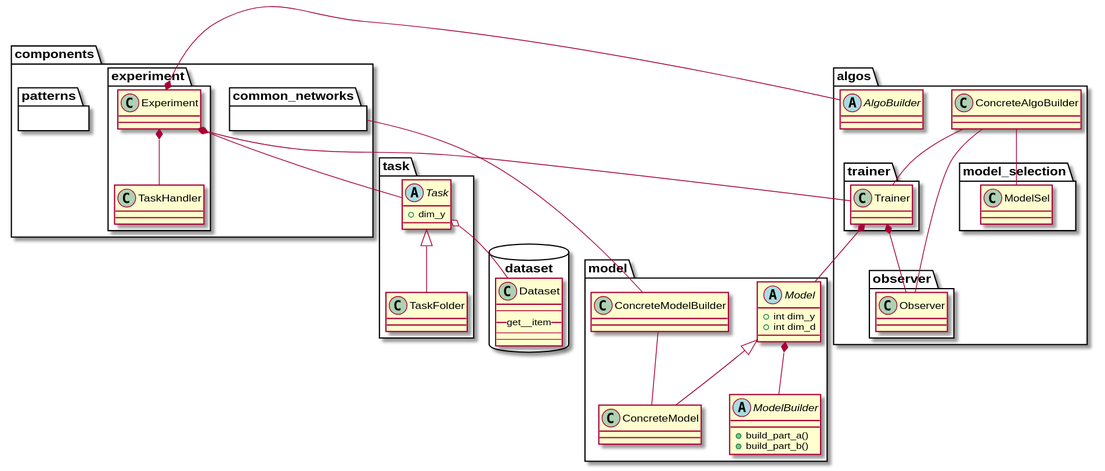
Before: docs/libDG.svg, a diagram exported from PlantUML (marrlab/DomainLab).
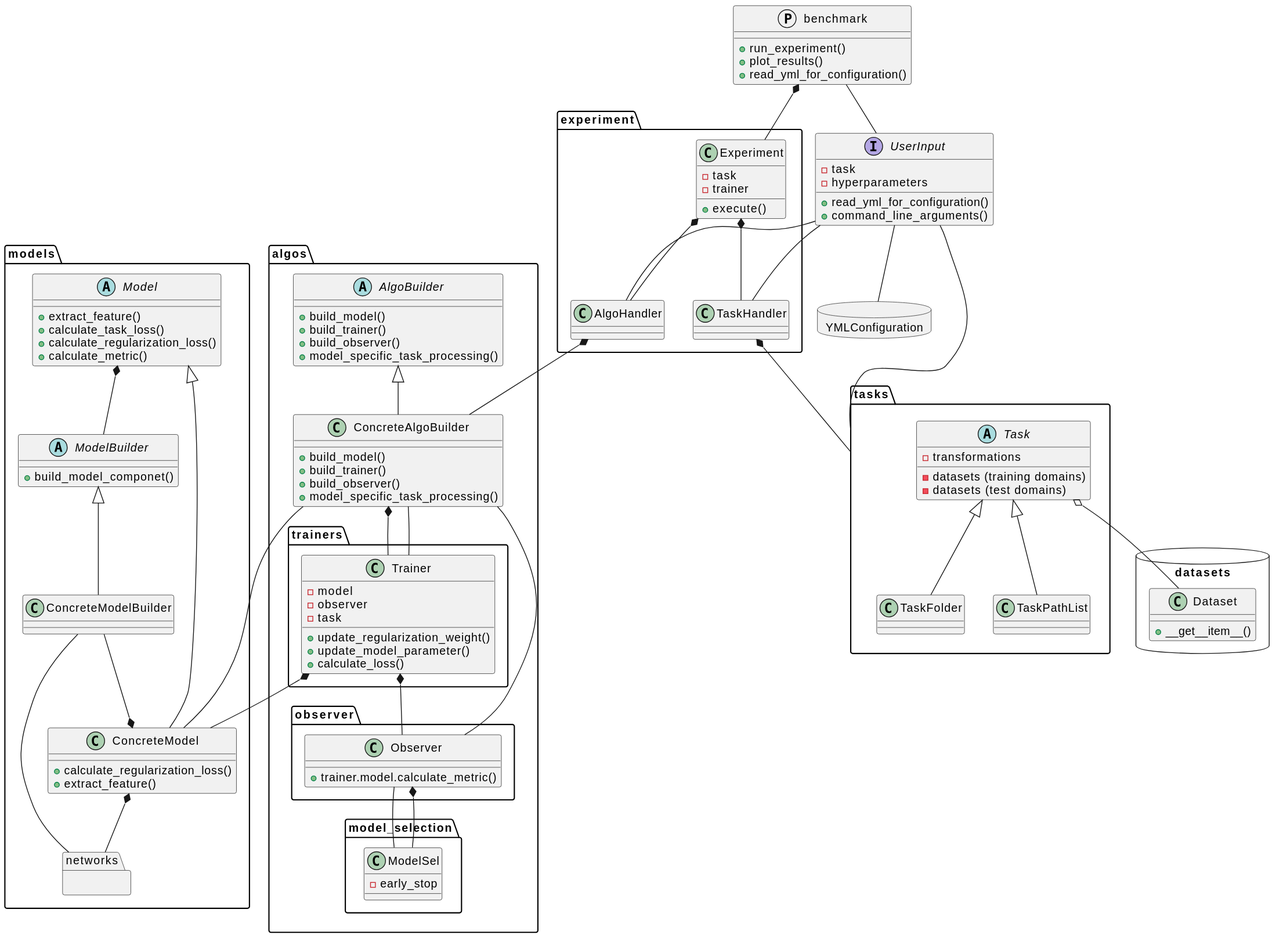
The same diagram one commit later.

Change to the diagram source:
```diff
@@ -1,71 +1,130 @@
 @startuml
-package task {
+package tasks {
   abstract class Task {
-    + dim_y
+    - transformations
+    - datasets (training domains)
+    - datasets (test domains)
   }
   Task <|-- TaskFolder
+  Task <|-- TaskPathList
 }
 
 package algos {
-  abstract class AlgoBuilder {}
-  class ConcreteAlgoBuilder {}
-  package trainer {
-    class Trainer {}
+  abstract class AlgoBuilder {
+  + build_model()
+  + build_trainer()
+  + build_observer()
+  + model_specific_task_processing()
+  }
+  class ConcreteAlgoBuilder {
+  + build_model()
+  + build_trainer()
+  + build_observer()
+  + model_specific_task_processing()
+  }
+  package trainers {
+    class Trainer {
+    + update_regularization_weight()
+    + update_model_parameter()
+    + calculate_loss()
+    - model
+    - observer
+    - task
+    }
   }
   package observer {
-    class Observer {}
+    class Observer {
+    + trainer.model.calculate_metric()
+    }
   }
   package model_selection {
-    class ModelSel {}
+    class ModelSel {
+    - early_stop
+    }
   }
 }
 
-package dataset <<DataBase>>{
+package datasets <<DataBase>>{
   class Dataset {
-    --
-    __get__item__
-    --
-    --
+    +__get__item__()
   }
 }
 
-package model{
+package YMLConfiguration <<DataBase>>{
+}
+
+package models{
   abstract class Model {
-  + int dim_y
-  + int dim_d
+  + extract_feature()
+  + calculate_task_loss()
+  + calculate_regularization_loss()
+  + calculate_metric()
   }
   abstract class ModelBuilder {
-  +build_part_a()
-  +build_part_b()
+  +build_model_componet()
   }
-  class ConcreteModel {}
+  class ConcreteModel {
+  + calculate_regularization_loss()
+  + extract_feature()
+  }
   class ConcreteModelBuilder {}
-}
-
-
-package components {
-  package common_networks {
-  }
-  package patterns{}
-  package experiment {
-    class Experiment {}
-    class TaskHandler{}
+  package networks {
   }
 }
 
 
-Experiment *-- Task
-Experiment *-- Trainer
+  package experiment {
+    class Experiment {
+  - task
+  - trainer
+  + execute()
+    }
+    class TaskHandler{}
+    class AlgoHandler{}
+  }
+
+
+interface UserInput{
+- task
+- hyperparameters
++ read_yml_for_configuration()
++ command_line_arguments()
+}
+
+protocol benchmark{
+ + run_experiment()
+ + plot_results()
+ + read_yml_for_configuration()
+}
+
+
+
+UserInput -- YMLConfiguration
+UserInput -- tasks
+UserInput -- TaskHandler
+ModelBuilder <|-- ConcreteModelBuilder
+UserInput -- AlgoHandler
+Experiment --* benchmark
 Trainer *-- Observer
-Trainer *-- Model
+Trainer *-- ConcreteModel
 Task o-- Dataset
 Model <|-- ConcreteModel
+AlgoBuilder <|-- ConcreteAlgoBuilder
 Model *-- ModelBuilder
-Experiment *-- AlgoBuilder
+ConcreteModel *-- networks
+AlgoHandler *-- ConcreteAlgoBuilder
 Experiment *-- TaskHandler
-ConcreteModelBuilder -- common_networks
+Experiment *-- AlgoHandler
+TaskHandler *-- tasks
+ConcreteModelBuilder -- networks
+
+ConcreteAlgoBuilder *-- Trainer
+ConcreteAlgoBuilder -- ConcreteModel
+ConcreteAlgoBuilder -- Observer
 ConcreteAlgoBuilder -- Trainer
-ConcreteAlgoBuilder -- Observer
-ConcreteAlgoBuilder -- ModelSel
-ConcreteModelBuilder -- ConcreteModel
+Observer *-- ModelSel
+
+ModelSel -- Observer
+ConcreteModelBuilder --* ConcreteModel
+benchmark -- UserInput
 @enduml
```
